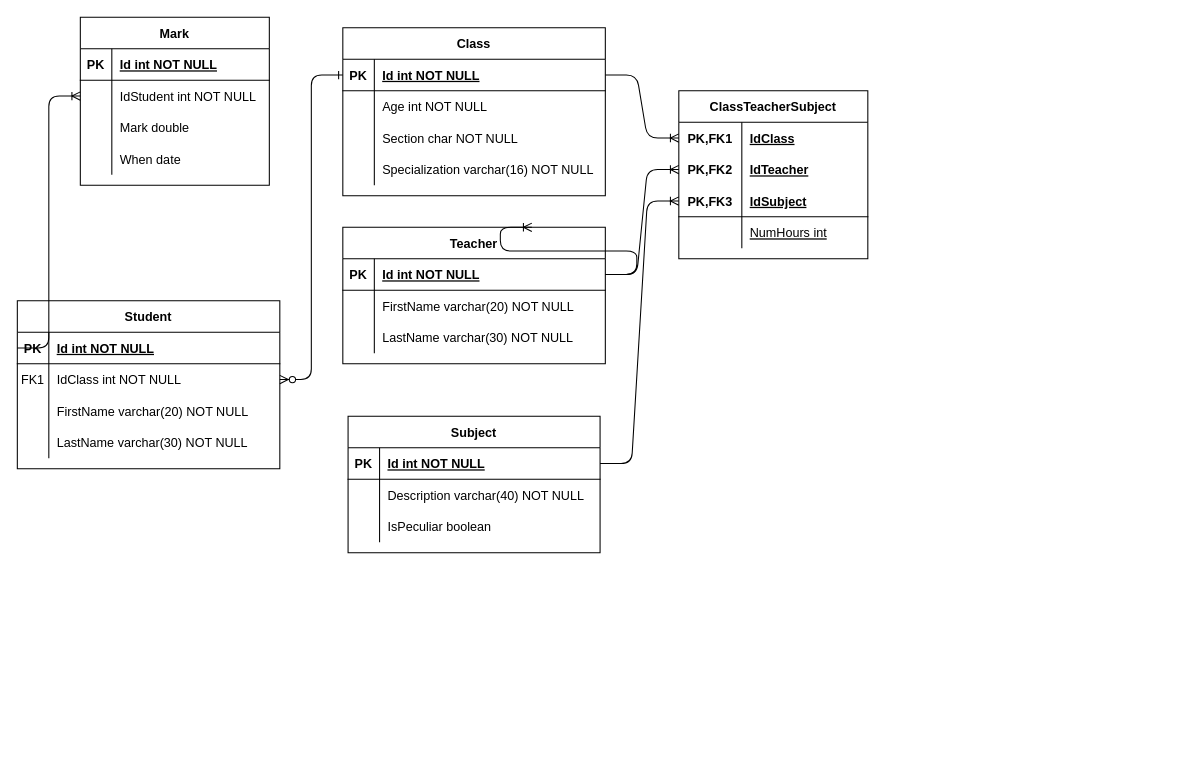
This is Database Schema Diagram.drawio from ProfOscar/online-register, a draw.io file, before an edit. Source tidied: cells renumbered, new cells numbered last; positions are measured from the earlier drawing's top-left corner, leaving out a move shared by most shapes. Both pictures are drawn from the tidied source at 105%, with x=0, y=0 at pixel (17, 17).
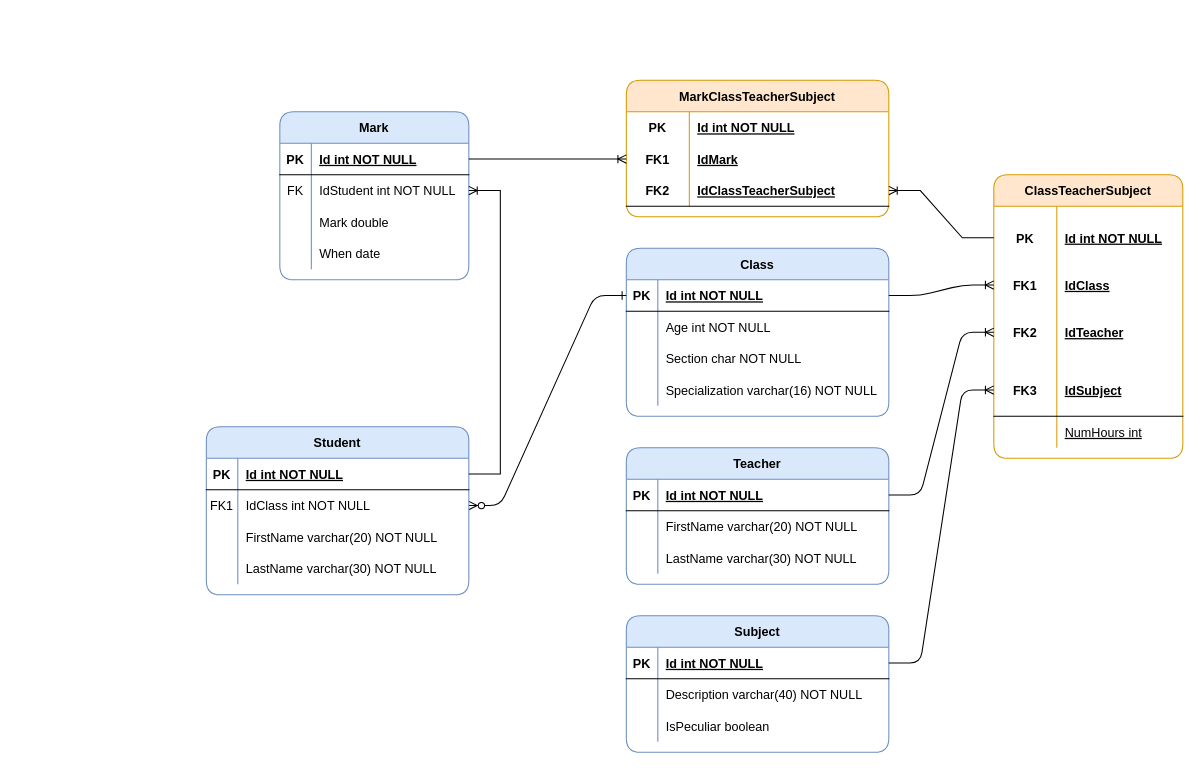
Above is the later version.

The change refers to these unchanged cells:
```xml
<mxCell id="17" style="shape=partialRectangle;fillColor=none;points=[[0,0.5],[1,0.5]];portConstraint=eastwest;top=0;left=0;right=0;bottom=1;" parent="16" vertex="1">
  <mxGeometry y="30" width="250" height="30" as="geometry" />
</mxCell>
<mxCell id="27" style="shape=partialRectangle;fillColor=none;points=[[0,0.5],[1,0.5]];portConstraint=eastwest;top=0;left=0;right=0;bottom=1;" parent="26" vertex="1">
  <mxGeometry y="30" width="250" height="30" as="geometry" />
</mxCell>
<mxCell id="67" style="shape=partialRectangle;fillColor=none;top=0;left=0;bottom=1;right=0;points=[[0,0.5],[1,0.5]];portConstraint=eastwest;" parent="66" vertex="1">
  <mxGeometry y="30" width="180" height="30" as="geometry" />
</mxCell>
<mxCell id="70" style="shape=partialRectangle;fillColor=none;top=0;left=0;bottom=0;right=0;points=[[0,0.5],[1,0.5]];portConstraint=eastwest;" parent="66" vertex="1">
  <mxGeometry y="60" width="180" height="30" as="geometry" />
</mxCell>
```

The edit, as a diff of the source:
```diff
@@
-    <mxCell id="2" value="Class" style="shape=table;startSize=30;childLayout=tableLayout;rowLines=0;fontStyle=1;align=center;" parent="1" vertex="1">
-      <mxGeometry x="310" y="10" width="250" height="160" as="geometry" />
+    <mxCell id="2" value="Class" style="shape=table;startSize=30;childLayout=tableLayout;rowLines=0;fontStyle=1;align=center;fillColor=#dae8fc;strokeColor=#6c8ebf;rounded=1;shadow=0;sketch=0;" parent="1" vertex="1">
+      <mxGeometry x="580" y="220" width="250" height="160" as="geometry" />
     </mxCell>
@@
-    <mxCell id="16" value="Teacher" style="shape=table;startSize=30;childLayout=tableLayout;rowLines=0;fontStyle=1;align=center;" parent="1" vertex="1">
-      <mxGeometry x="310" y="200" width="250" height="130" as="geometry" />
+    <mxCell id="16" value="Teacher" style="shape=table;startSize=30;childLayout=tableLayout;rowLines=0;fontStyle=1;align=center;fillColor=#dae8fc;strokeColor=#6c8ebf;rounded=1;shadow=0;sketch=0;" parent="1" vertex="1">
+      <mxGeometry x="580" y="410" width="250" height="130" as="geometry" />
     </mxCell>
@@
-    <mxCell id="26" value="Student" style="shape=table;startSize=30;childLayout=tableLayout;rowLines=0;fontStyle=1;align=center;" parent="1" vertex="1">
-      <mxGeometry y="270" width="250" height="160" as="geometry" />
+    <mxCell id="26" value="Student" style="shape=table;startSize=30;childLayout=tableLayout;rowLines=0;fontStyle=1;align=center;fillColor=#dae8fc;strokeColor=#6c8ebf;rounded=1;shadow=0;sketch=0;" parent="1" vertex="1">
+      <mxGeometry x="180" y="390" width="250" height="160" as="geometry" />
     </mxCell>
@@
-    <mxCell id="39" value="ClassTeacherSubject" style="shape=table;startSize=30;childLayout=tableLayout;rowLines=0;fontStyle=1;align=center;" parent="1" vertex="1">
-      <mxGeometry x="630" y="70" width="180" height="160" as="geometry" />
+    <mxCell id="39" value="ClassTeacherSubject" style="shape=table;startSize=30;childLayout=tableLayout;rowLines=0;fontStyle=1;align=center;fillColor=#ffe6cc;strokeColor=#d79b00;rounded=1;shadow=0;sketch=0;" parent="1" vertex="1">
+      <mxGeometry x="930" y="150" width="180" height="270" as="geometry" />
     </mxCell>
+    <mxCell id="80" style="shape=partialRectangle;fillColor=none;top=0;left=0;bottom=0;right=0;points=[[0,0.5],[1,0.5]];portConstraint=eastwest;" parent="39" vertex="1">
+      <mxGeometry y="30" width="180" height="60" as="geometry" />
+    </mxCell>
+    <mxCell id="81" value="PK" style="shape=partialRectangle;fillColor=none;top=0;left=0;bottom=0;right=0;fontStyle=1;overflow=hidden;" parent="80" vertex="1">
+      <mxGeometry width="60" height="60" as="geometry" />
+    </mxCell>
+    <mxCell id="82" value="Id int NOT NULL" style="shape=partialRectangle;fillColor=none;top=0;left=0;bottom=0;right=0;align=left;spacingLeft=6;fontStyle=5;overflow=hidden;" parent="80" vertex="1">
+      <mxGeometry x="60" width="120" height="60" as="geometry" />
+    </mxCell>
     <mxCell id="40" style="shape=partialRectangle;fillColor=none;top=0;left=0;bottom=0;right=0;points=[[0,0.5],[1,0.5]];portConstraint=eastwest;" parent="39" vertex="1">
-      <mxGeometry y="30" width="180" height="30" as="geometry" />
+      <mxGeometry y="90" width="180" height="30" as="geometry" />
     </mxCell>
-    <mxCell id="41" value="PK,FK1" style="shape=partialRectangle;fillColor=none;top=0;left=0;bottom=0;right=0;fontStyle=1;overflow=hidden;" parent="40" vertex="1">
+    <mxCell id="41" value="FK1" style="shape=partialRectangle;fillColor=none;top=0;left=0;bottom=0;right=0;fontStyle=1;overflow=hidden;" parent="40" vertex="1">
       <mxGeometry width="60" height="30" as="geometry" />
     </mxCell>
@@
     <mxCell id="43" style="shape=partialRectangle;fillColor=none;top=0;left=0;bottom=0;right=0;points=[[0,0.5],[1,0.5]];portConstraint=eastwest;" parent="39" vertex="1">
-      <mxGeometry y="60" width="180" height="30" as="geometry" />
+      <mxGeometry y="120" width="180" height="60" as="geometry" />
     </mxCell>
-    <mxCell id="44" value="PK,FK2" style="shape=partialRectangle;fillColor=none;top=0;left=0;bottom=0;right=0;fontStyle=1;overflow=hidden;" parent="43" vertex="1">
-      <mxGeometry width="60" height="30" as="geometry" />
+    <mxCell id="44" value="FK2" style="shape=partialRectangle;fillColor=none;top=0;left=0;bottom=0;right=0;fontStyle=1;overflow=hidden;" parent="43" vertex="1">
+      <mxGeometry width="60" height="60" as="geometry" />
     </mxCell>
     <mxCell id="45" value="IdTeacher" style="shape=partialRectangle;fillColor=none;top=0;left=0;bottom=0;right=0;align=left;spacingLeft=6;fontStyle=5;overflow=hidden;" parent="43" vertex="1">
-      <mxGeometry x="60" width="120" height="30" as="geometry" />
+      <mxGeometry x="60" width="120" height="60" as="geometry" />
     </mxCell>
     <mxCell id="46" style="shape=partialRectangle;fillColor=none;top=0;left=0;bottom=1;right=0;points=[[0,0.5],[1,0.5]];portConstraint=eastwest;" parent="39" vertex="1">
-      <mxGeometry y="90" width="180" height="30" as="geometry" />
+      <mxGeometry y="180" width="180" height="50" as="geometry" />
     </mxCell>
-    <mxCell id="47" value="PK,FK3" style="shape=partialRectangle;fillColor=none;top=0;left=0;bottom=0;right=0;fontStyle=1;overflow=hidden;" parent="46" vertex="1">
-      <mxGeometry width="60" height="30" as="geometry" />
+    <mxCell id="47" value="FK3" style="shape=partialRectangle;fillColor=none;top=0;left=0;bottom=0;right=0;fontStyle=1;overflow=hidden;" parent="46" vertex="1">
+      <mxGeometry width="60" height="50" as="geometry" />
     </mxCell>
     <mxCell id="48" value="IdSubject" style="shape=partialRectangle;fillColor=none;top=0;left=0;bottom=0;right=0;align=left;spacingLeft=6;fontStyle=5;overflow=hidden;" parent="46" vertex="1">
-      <mxGeometry x="60" width="120" height="30" as="geometry" />
+      <mxGeometry x="60" width="120" height="50" as="geometry" />
     </mxCell>
     <mxCell id="49" style="shape=partialRectangle;fillColor=none;top=0;left=0;bottom=0;right=0;" parent="39" vertex="1">
-      <mxGeometry y="120" width="180" height="30" as="geometry" />
+      <mxGeometry y="230" width="180" height="30" as="geometry" />
     </mxCell>
@@
-    <mxCell id="52" style="edgeStyle=entityRelationEdgeStyle;fontSize=12;html=1;endArrow=ERoneToMany;rounded=1;exitX=1;exitY=0.5;exitDx=0;exitDy=0;entryX=0;entryY=0.5;entryDx=0;entryDy=0;" parent="1" edge="1" source="17">
-      <mxGeometry relative="1" as="geometry">
-        <mxPoint x="490" y="200" as="targetPoint" />
-      </mxGeometry>
-    </mxCell>
@@
-    <mxCell id="54" value="Subject" style="shape=table;startSize=30;childLayout=tableLayout;rowLines=0;fontStyle=1;align=center;" parent="1" vertex="1">
-      <mxGeometry x="315" y="380" width="240" height="130" as="geometry" />
+    <mxCell id="54" value="Subject" style="shape=table;startSize=30;childLayout=tableLayout;rowLines=0;fontStyle=1;align=center;fillColor=#dae8fc;strokeColor=#6c8ebf;rounded=1;shadow=0;sketch=0;" parent="1" vertex="1">
+      <mxGeometry x="580" y="570" width="250" height="130" as="geometry" />
     </mxCell>
     <mxCell id="55" style="shape=partialRectangle;fillColor=none;top=0;left=0;bottom=1;right=0;points=[[0,0.5],[1,0.5]];portConstraint=eastwest;" parent="54" vertex="1">
-      <mxGeometry y="30" width="240" height="30" as="geometry" />
+      <mxGeometry y="30" width="250" height="30" as="geometry" />
     </mxCell>
@@
     <mxCell id="57" value="Id int NOT NULL" style="shape=partialRectangle;fillColor=none;top=0;left=0;bottom=0;right=0;align=left;spacingLeft=6;fontStyle=5;overflow=hidden;" parent="55" vertex="1">
-      <mxGeometry x="30" width="210" height="30" as="geometry" />
+      <mxGeometry x="30" width="220" height="30" as="geometry" />
     </mxCell>
     <mxCell id="58" style="shape=partialRectangle;fillColor=none;top=0;left=0;bottom=0;right=0;" parent="54" vertex="1">
-      <mxGeometry y="60" width="240" height="30" as="geometry" />
+      <mxGeometry y="60" width="250" height="30" as="geometry" />
     </mxCell>
@@
     <mxCell id="60" value="Description varchar(40) NOT NULL" style="shape=partialRectangle;fillColor=none;top=0;left=0;bottom=0;right=0;align=left;spacingLeft=6;overflow=hidden;" parent="58" vertex="1">
-      <mxGeometry x="30" width="210" height="30" as="geometry" />
+      <mxGeometry x="30" width="220" height="30" as="geometry" />
     </mxCell>
     <mxCell id="61" style="shape=partialRectangle;fillColor=none;top=0;left=0;bottom=0;right=0;" parent="54" vertex="1">
-      <mxGeometry y="90" width="240" height="30" as="geometry" />
+      <mxGeometry y="90" width="250" height="30" as="geometry" />
     </mxCell>
@@
     <mxCell id="63" value="IsPeculiar boolean" style="shape=partialRectangle;fillColor=none;top=0;left=0;bottom=0;right=0;align=left;spacingLeft=6;overflow=hidden;" parent="61" vertex="1">
-      <mxGeometry x="30" width="210" height="30" as="geometry" />
+      <mxGeometry x="30" width="220" height="30" as="geometry" />
     </mxCell>
@@
-    <mxCell id="66" value="Mark" style="shape=table;startSize=30;childLayout=tableLayout;rowLines=0;fontStyle=1;align=center;" parent="1" vertex="1">
-      <mxGeometry x="60" width="180" height="160" as="geometry" />
+    <mxCell id="66" value="Mark" style="shape=table;startSize=30;childLayout=tableLayout;rowLines=0;fontStyle=1;align=center;fillColor=#dae8fc;strokeColor=#6c8ebf;rounded=1;" parent="1" vertex="1">
+      <mxGeometry x="250" y="90" width="180" height="160" as="geometry" />
     </mxCell>
@@
-    <mxCell id="71" style="shape=partialRectangle;fillColor=none;top=0;left=0;bottom=0;right=0;overflow=hidden;" parent="70" vertex="1">
+    <mxCell id="71" value="FK" style="shape=partialRectangle;fillColor=none;top=0;left=0;bottom=0;right=0;overflow=hidden;" parent="70" vertex="1">
       <mxGeometry width="30" height="30" as="geometry" />
     </mxCell>
@@
+    <mxCell id="83" value="MarkClassTeacherSubject" style="shape=table;startSize=30;childLayout=tableLayout;rowLines=0;fontStyle=1;align=center;fillColor=#ffe6cc;strokeColor=#d79b00;rounded=1;shadow=0;sketch=0;" parent="1" vertex="1">
+      <mxGeometry x="580" y="60" width="250" height="130" as="geometry" />
+    </mxCell>
+    <mxCell id="84" style="shape=partialRectangle;fillColor=none;top=0;left=0;bottom=0;right=0;" parent="83" vertex="1">
+      <mxGeometry y="30" width="250" height="30" as="geometry" />
+    </mxCell>
+    <mxCell id="85" value="PK" style="shape=partialRectangle;fillColor=none;top=0;left=0;bottom=0;right=0;fontStyle=1;overflow=hidden;" parent="84" vertex="1">
+      <mxGeometry width="60" height="30" as="geometry" />
+    </mxCell>
+    <mxCell id="86" value="Id int NOT NULL" style="shape=partialRectangle;fillColor=none;top=0;left=0;bottom=0;right=0;align=left;spacingLeft=6;fontStyle=5;overflow=hidden;" parent="84" vertex="1">
+      <mxGeometry x="60" width="190" height="30" as="geometry" />
+    </mxCell>
+    <mxCell id="87" style="shape=partialRectangle;fillColor=none;top=0;left=0;bottom=0;right=0;points=[[0,0.5],[1,0.5]];portConstraint=eastwest;" parent="83" vertex="1">
+      <mxGeometry y="60" width="250" height="30" as="geometry" />
+    </mxCell>
+    <mxCell id="88" value="FK1" style="shape=partialRectangle;fillColor=none;top=0;left=0;bottom=0;right=0;fontStyle=1;overflow=hidden;" parent="87" vertex="1">
+      <mxGeometry width="60" height="30" as="geometry" />
+    </mxCell>
+    <mxCell id="89" value="IdMark" style="shape=partialRectangle;fillColor=none;top=0;left=0;bottom=0;right=0;align=left;spacingLeft=6;fontStyle=5;overflow=hidden;" parent="87" vertex="1">
+      <mxGeometry x="60" width="190" height="30" as="geometry" />
+    </mxCell>
+    <mxCell id="90" style="shape=partialRectangle;fillColor=none;top=0;left=0;bottom=1;right=0;points=[[0,0.5],[1,0.5]];portConstraint=eastwest;" parent="83" vertex="1">
+      <mxGeometry y="90" width="250" height="30" as="geometry" />
+    </mxCell>
+    <mxCell id="91" value="FK2" style="shape=partialRectangle;fillColor=none;top=0;left=0;bottom=0;right=0;fontStyle=1;overflow=hidden;" parent="90" vertex="1">
+      <mxGeometry width="60" height="30" as="geometry" />
+    </mxCell>
+    <mxCell id="92" value="IdClassTeacherSubject" style="shape=partialRectangle;fillColor=none;top=0;left=0;bottom=0;right=0;align=left;spacingLeft=6;fontStyle=5;overflow=hidden;" parent="90" vertex="1">
+      <mxGeometry x="60" width="190" height="30" as="geometry" />
+    </mxCell>
+    <mxCell id="93" style="edgeStyle=entityRelationEdgeStyle;fontSize=12;html=1;endArrow=ERoneToMany;rounded=0;exitX=1;exitY=0.5;exitDx=0;exitDy=0;entryX=0;entryY=0.5;entryDx=0;entryDy=0;" parent="1" edge="1" source="67" target="87">
+      <mxGeometry relative="1" as="geometry" />
+    </mxCell>
+    <mxCell id="94" style="edgeStyle=entityRelationEdgeStyle;fontSize=12;html=1;endArrow=ERoneToMany;rounded=0;" parent="1" edge="1" source="80" target="90">
+      <mxGeometry relative="1" as="geometry" />
+    </mxCell>
-    <mxCell id="79" style="edgeStyle=entityRelationEdgeStyle;fontSize=12;html=1;endArrow=ERoneToMany;rounded=1;entryX=0;entryY=0.5;entryDx=0;entryDy=0;exitX=0;exitY=0.5;exitDx=0;exitDy=0;" parent="1" edge="1" source="27" target="70">
+    <mxCell id="79" style="edgeStyle=entityRelationEdgeStyle;fontSize=12;html=1;endArrow=ERoneToMany;rounded=0;" parent="1" edge="1" source="27" target="70">
       <mxGeometry relative="1" as="geometry" />
     </mxCell>
```
